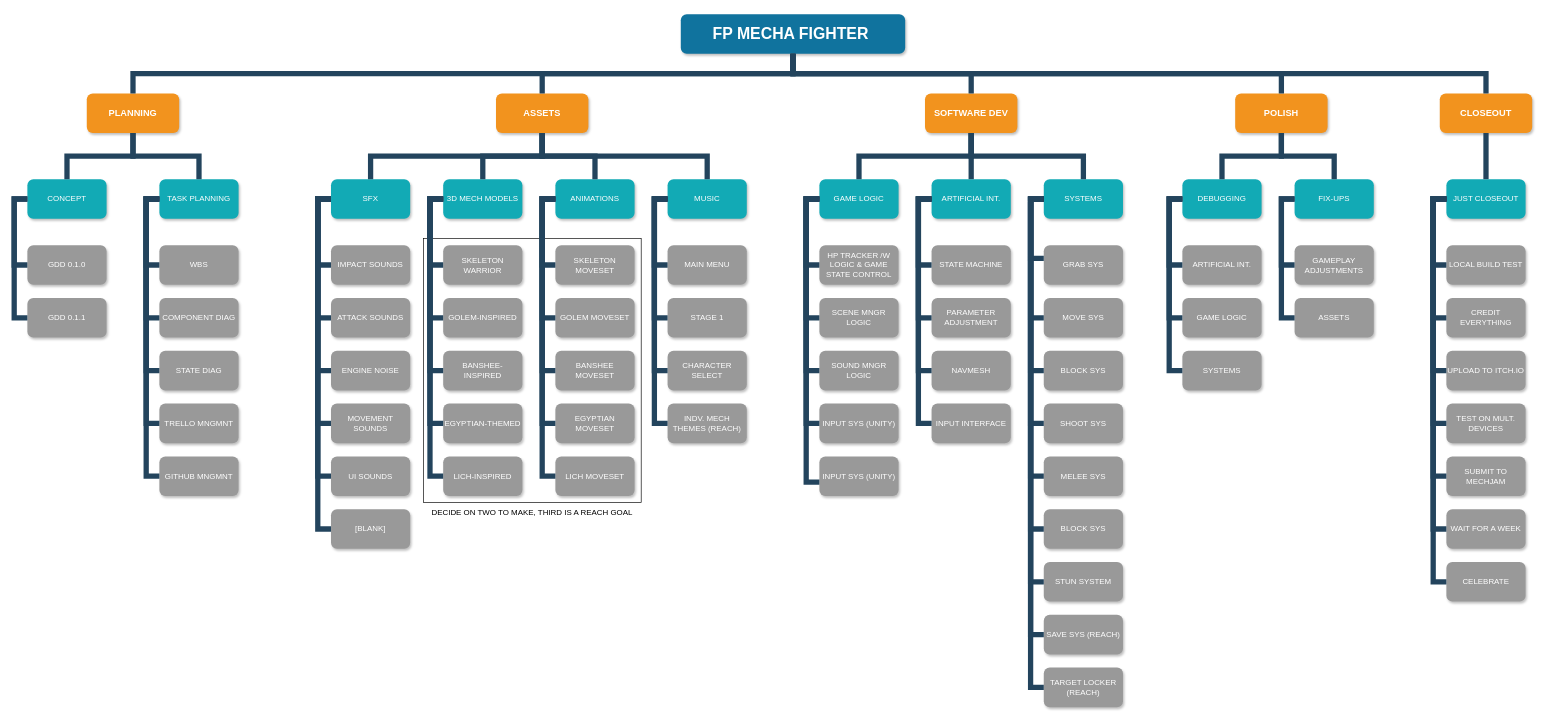
The draw.io diagram Diagrams/Task Breakdown.drawio in NotTom31/MechroKnights, before the edit. Source tidied: cells renumbered, new cells numbered last; positions are measured from the earlier drawing's top-left corner, leaving out a move shared by most shapes. Both pictures are drawn from the tidied source at 66%, with x=0, y=0 at pixel (14, 14).
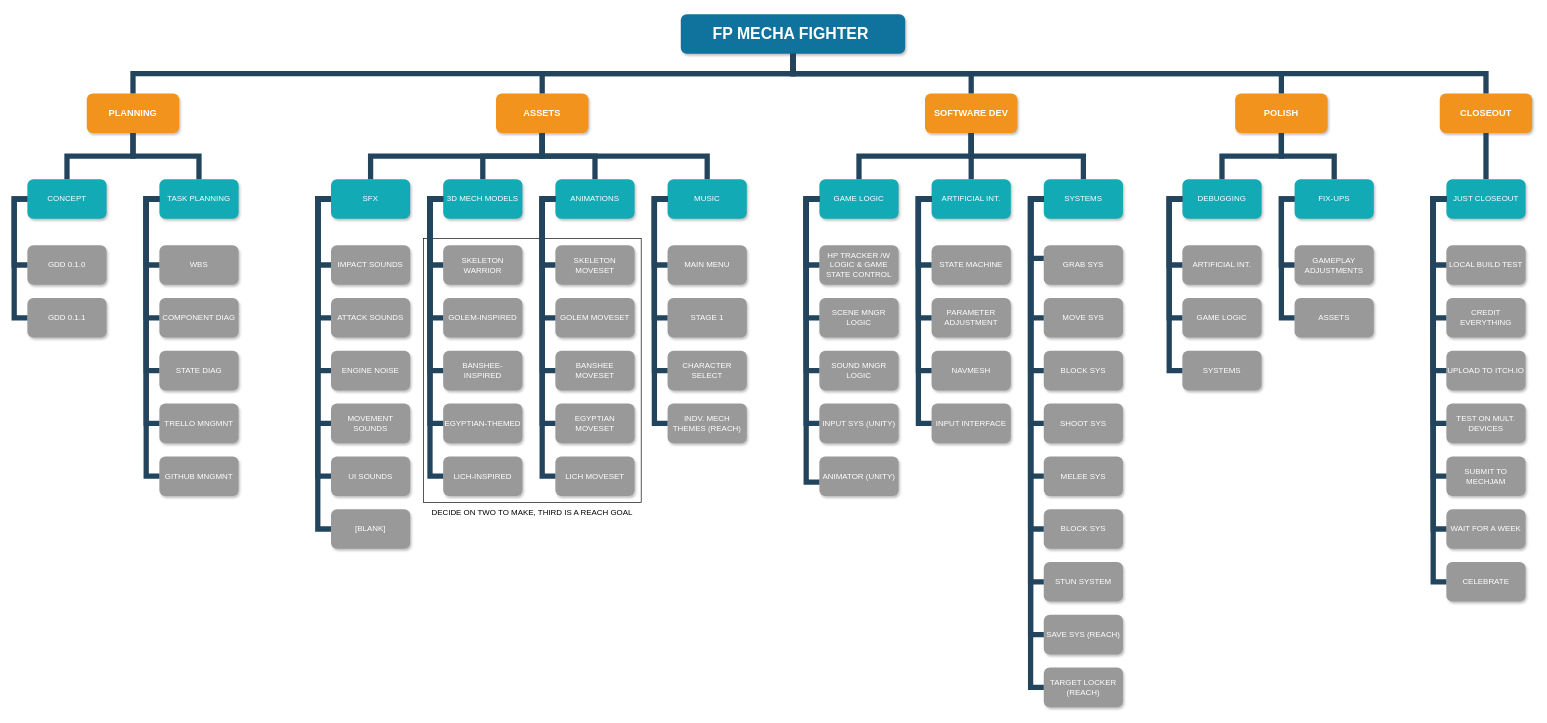
Above is the later version.

Commit message (it also covers changes not shown here):
Task Breakdown Pass 4

Change to the diagram source:
```diff
@@
-    <mxCell id="145" value="INPUT SYS (UNITY)" style="whiteSpace=wrap;rounded=1;fillColor=#999999;strokeColor=none;shadow=1;fontColor=#FFFFFF;fontStyle=0;" parent="1" vertex="1">
+    <mxCell id="145" value="ANIMATOR (UNITY)" style="whiteSpace=wrap;rounded=1;fillColor=#999999;strokeColor=none;shadow=1;fontColor=#FFFFFF;fontStyle=0;" parent="1" vertex="1">
       <mxGeometry x="1220" y="670" width="120" height="60" as="geometry" />
     </mxCell>
```
